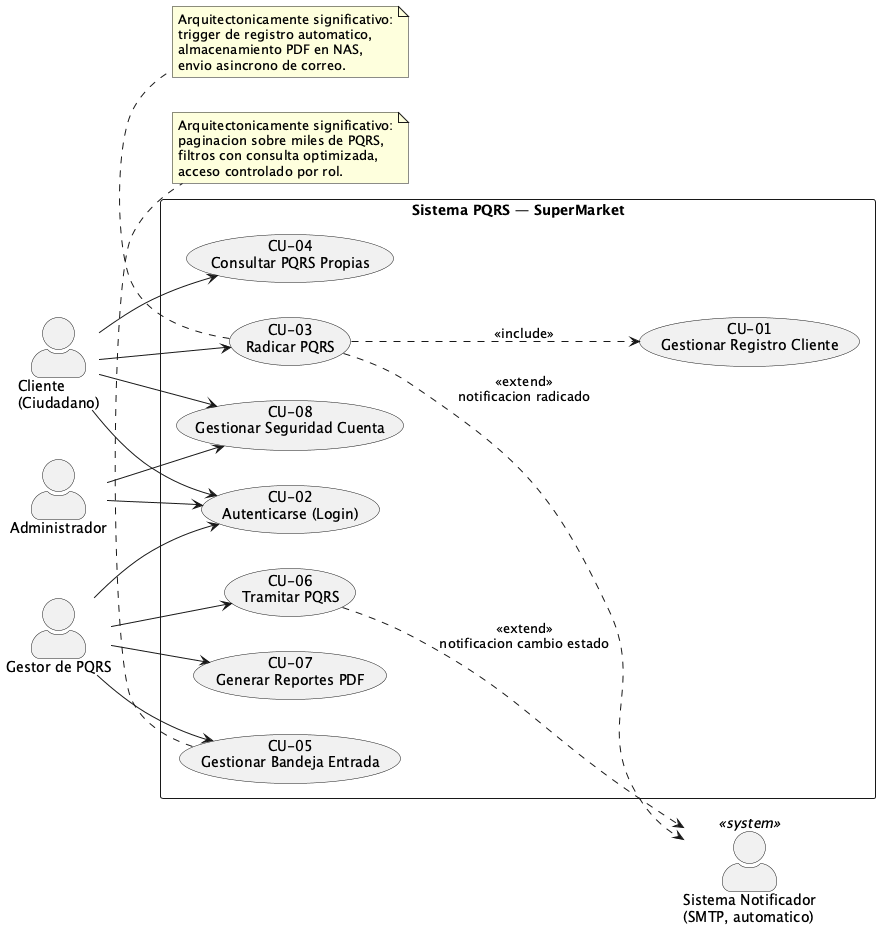
Above: Proyecto-Final/docs/diagramas/arquitectura/1-vista-casos-uso.png in 13rianVargas/Ingenieria-de-Software-1 (PlantUML), before the change. Source of this version:
```plantuml
@startuml
left to right direction
skinparam packageStyle rectangle
skinparam actorStyle awesome

actor "Cliente\n(Ciudadano)" as Cliente
actor "Gestor de PQRS" as Gestor
actor "Administrador" as Admin
actor "Sistema Notificador\n(SMTP, automatico)" as Notificador <<system>>

rectangle "Sistema PQRS — SuperMarket" {
  usecase "CU-01\nGestionar Registro Cliente" as CU01
  usecase "CU-02\nAutenticarse (Login)" as CU02
  usecase "CU-03\nRadicar PQRS" as CU03
  usecase "CU-04\nConsultar PQRS Propias" as CU04
  usecase "CU-05\nGestionar Bandeja Entrada" as CU05
  usecase "CU-06\nTramitar PQRS" as CU06
  usecase "CU-07\nGenerar Reportes PDF" as CU07
  usecase "CU-08\nGestionar Seguridad Cuenta" as CU08
}

Cliente --> CU02
Cliente --> CU03
Cliente --> CU04
Cliente --> CU08

Gestor --> CU02
Gestor --> CU05
Gestor --> CU06
Gestor --> CU07

Admin --> CU02
Admin --> CU08

CU03 ..> CU01 : <<include>>
CU03 ..> Notificador : <<extend>>\nnotificacion radicado
CU06 ..> Notificador : <<extend>>\nnotificacion cambio estado

note bottom of CU03
  Arquitectonicamente significativo:
  trigger de registro automatico,
  almacenamiento PDF en NAS,
  envio asincrono de correo.
end note

note bottom of CU05
  Arquitectonicamente significativo:
  paginacion sobre miles de PQRS,
  filtros con consulta optimizada,
  acceso controlado por rol.
end note

@enduml
```
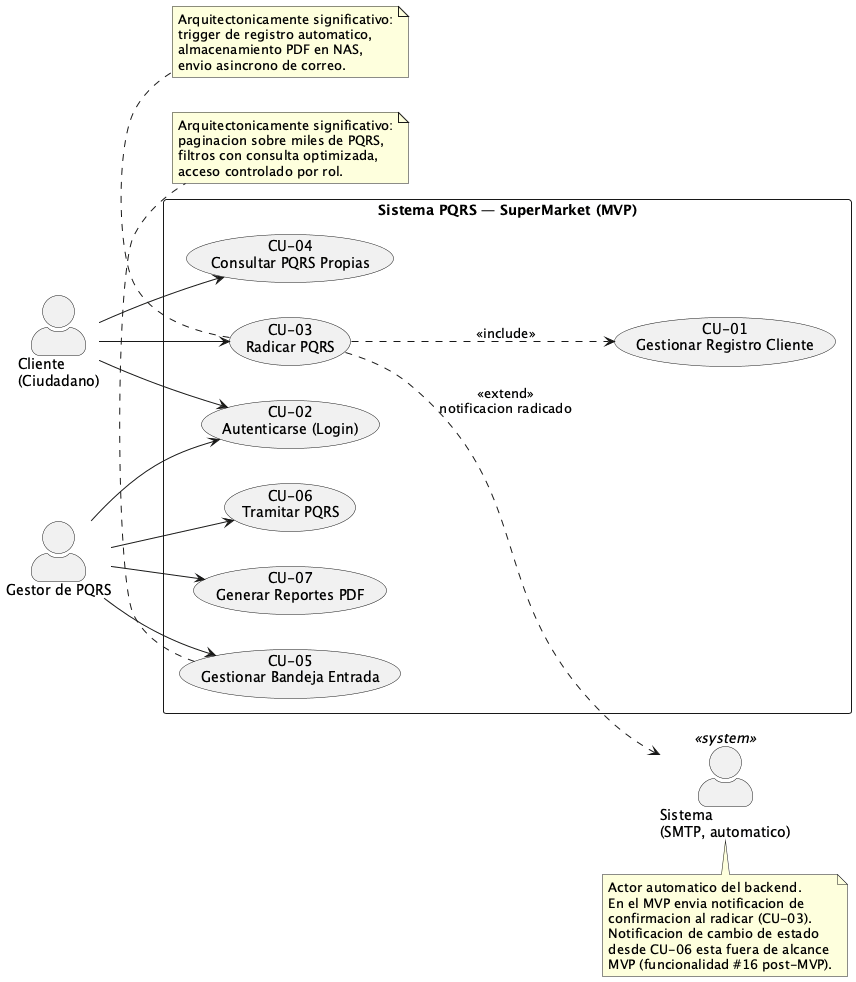
After the commit.

The edit, as a diff of the source:
```diff
@@ -5,10 +5,9 @@
 
 actor "Cliente\n(Ciudadano)" as Cliente
 actor "Gestor de PQRS" as Gestor
-actor "Administrador" as Admin
-actor "Sistema Notificador\n(SMTP, automatico)" as Notificador <<system>>
+actor "Sistema\n(SMTP, automatico)" as Sistema <<system>>
 
-rectangle "Sistema PQRS — SuperMarket" {
+rectangle "Sistema PQRS — SuperMarket (MVP)" {
   usecase "CU-01\nGestionar Registro Cliente" as CU01
   usecase "CU-02\nAutenticarse (Login)" as CU02
   usecase "CU-03\nRadicar PQRS" as CU03
@@ -16,25 +15,19 @@
   usecase "CU-05\nGestionar Bandeja Entrada" as CU05
   usecase "CU-06\nTramitar PQRS" as CU06
   usecase "CU-07\nGenerar Reportes PDF" as CU07
-  usecase "CU-08\nGestionar Seguridad Cuenta" as CU08
 }
 
 Cliente --> CU02
 Cliente --> CU03
 Cliente --> CU04
-Cliente --> CU08
 
 Gestor --> CU02
 Gestor --> CU05
 Gestor --> CU06
 Gestor --> CU07
 
-Admin --> CU02
-Admin --> CU08
-
 CU03 ..> CU01 : <<include>>
-CU03 ..> Notificador : <<extend>>\nnotificacion radicado
-CU06 ..> Notificador : <<extend>>\nnotificacion cambio estado
+CU03 ..> Sistema : <<extend>>\nnotificacion radicado
 
 note bottom of CU03
   Arquitectonicamente significativo:
@@ -50,4 +43,13 @@
   acceso controlado por rol.
 end note
 
+note bottom of Sistema
+  Actor automatico del backend.
+  En el MVP envia notificacion de
+  confirmacion al radicar (CU-03).
+  Notificacion de cambio de estado
+  desde CU-06 esta fuera de alcance
+  MVP (funcionalidad #16 post-MVP).
+end note
+
 @enduml
```
